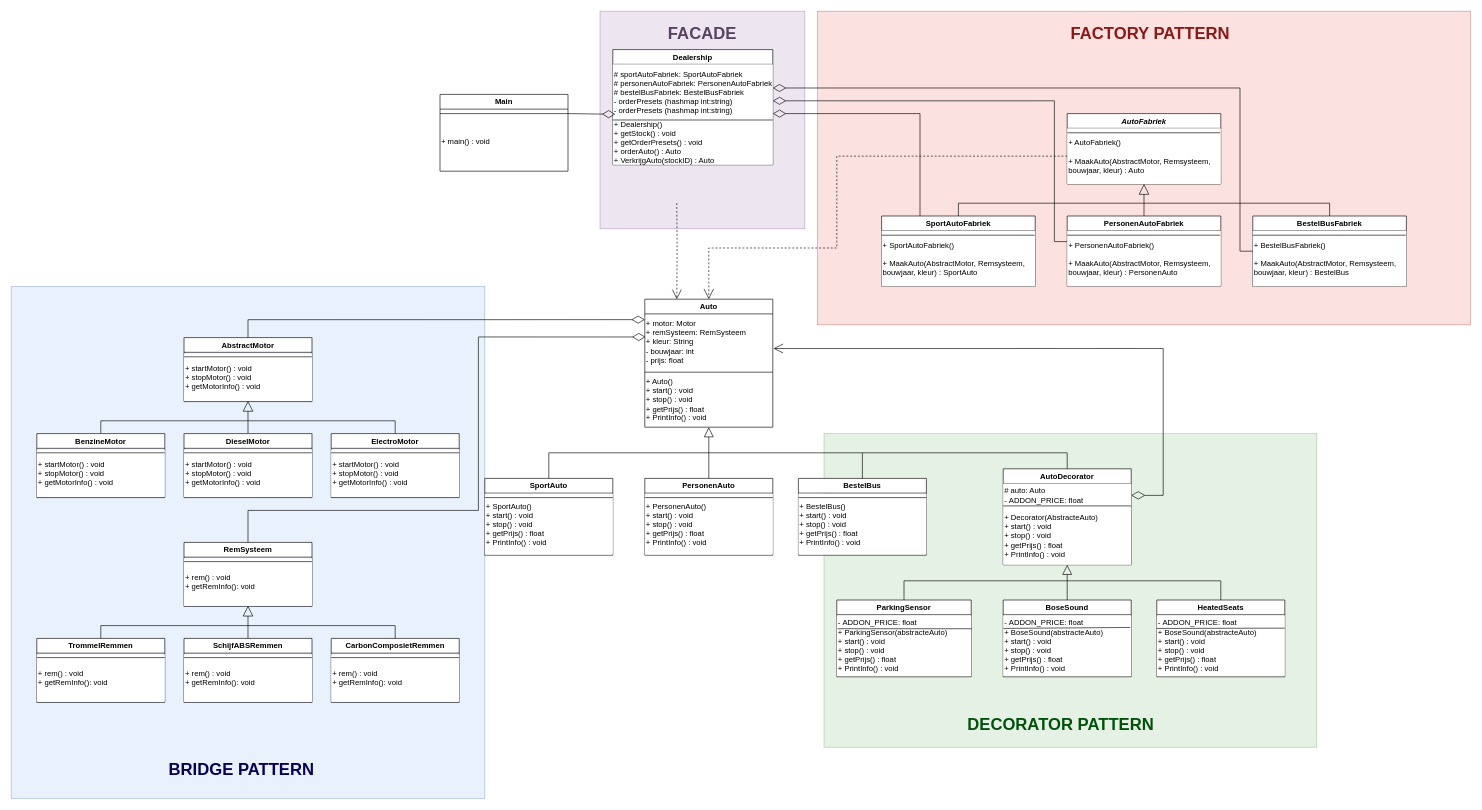
Elipam/Design-patterns keeps this draw.io diagram as final_uml.drawio. Above is the earlier version. Source tidied: cells renumbered, new cells numbered last; positions are measured from the earlier drawing's top-left corner, leaving out a move shared by most shapes. Both pictures are drawn from the tidied source at 64%, with x=0, y=0 at pixel (11, 11).
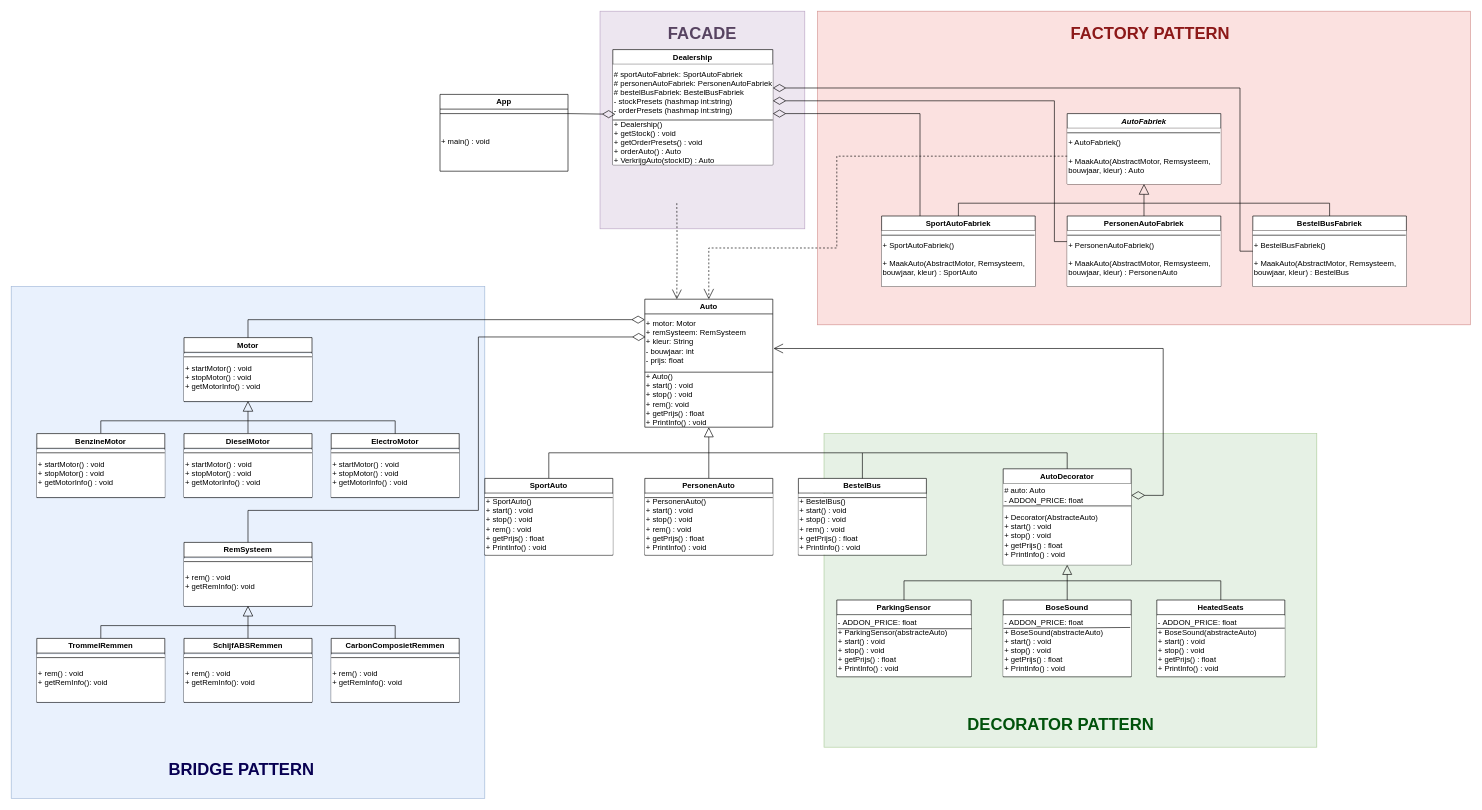
After the change.

The change refers to these unchanged cells:
```xml
<mxCell id="6" value="Auto" style="swimlane;whiteSpace=wrap;html=1;" parent="1" vertex="1">
  <mxGeometry x="990" y="450" width="200" height="200" as="geometry" />
</mxCell>
<mxCell id="10" value="BestelBus" style="swimlane;whiteSpace=wrap;html=1;fillColor=default;" parent="1" vertex="1">
  <mxGeometry x="1230" y="730" width="200" height="120" as="geometry" />
</mxCell>
<mxCell id="14" value="SportAuto" style="swimlane;whiteSpace=wrap;html=1;" parent="1" vertex="1">
  <mxGeometry x="740" y="730" width="200" height="120" as="geometry" />
</mxCell>
<mxCell id="18" value="PersonenAuto" style="swimlane;whiteSpace=wrap;html=1;" parent="1" vertex="1">
  <mxGeometry x="990" y="730" width="200" height="120" as="geometry" />
</mxCell>
<mxCell id="83" value="Dealership" style="swimlane;whiteSpace=wrap;html=1;fillColor=default;" parent="1" vertex="1">
  <mxGeometry x="940" y="60" width="250" height="180" as="geometry" />
</mxCell>
```

Change to the diagram source:
```diff
@@
-    <mxCell id="8" value="&lt;div&gt;+ Auto()&amp;nbsp;&lt;/div&gt;+ start() : void&lt;div&gt;+ stop() : void&lt;/div&gt;&lt;div&gt;+ getPrijs() : float&lt;/div&gt;&lt;div&gt;+ PrintInfo() : void&lt;/div&gt;" style="text;html=1;align=left;verticalAlign=middle;whiteSpace=wrap;rounded=0;" parent="6" vertex="1">
+    <mxCell id="8" value="&lt;div&gt;+ Auto()&amp;nbsp;&lt;/div&gt;+ start() : void&lt;div&gt;+ stop() : void&lt;/div&gt;&lt;div&gt;+ rem(): void&lt;/div&gt;&lt;div&gt;+ getPrijs() : float&lt;/div&gt;&lt;div&gt;+ PrintInfo() : void&lt;/div&gt;" style="text;html=1;align=left;verticalAlign=middle;whiteSpace=wrap;rounded=0;" parent="6" vertex="1">
       <mxGeometry y="113" width="200" height="87" as="geometry" />
     </mxCell>
@@
-    <mxCell id="11" value="&lt;div&gt;+ BestelBus()&amp;nbsp;&lt;/div&gt;+ start() : void&lt;div&gt;+ stop() : void&lt;/div&gt;&lt;div&gt;+ getPrijs() :&amp;nbsp;&lt;span style=&quot;background-color: initial;&quot;&gt;float&lt;/span&gt;&lt;/div&gt;&lt;div&gt;+ PrintInfo() : void&lt;br&gt;&lt;/div&gt;" style="text;html=1;align=left;verticalAlign=middle;whiteSpace=wrap;rounded=0;fillColor=default;" parent="10" vertex="1">
+    <mxCell id="11" value="&lt;div&gt;+ BestelBus()&amp;nbsp;&lt;/div&gt;+ start() : void&lt;div&gt;+ stop() : void&lt;/div&gt;&lt;div&gt;+ rem() : void&lt;br&gt;&lt;/div&gt;&lt;div&gt;+ getPrijs() :&amp;nbsp;&lt;span style=&quot;background-color: initial;&quot;&gt;float&lt;/span&gt;&lt;/div&gt;&lt;div&gt;+ PrintInfo() : void&lt;br&gt;&lt;/div&gt;" style="text;html=1;align=left;verticalAlign=middle;whiteSpace=wrap;rounded=0;fillColor=default;" parent="10" vertex="1">
       <mxGeometry y="24" width="200" height="95" as="geometry" />
     </mxCell>
@@
-    <mxCell id="15" value="&lt;div&gt;+ SportAuto()&amp;nbsp;&lt;/div&gt;+ start() : void&lt;div&gt;+ stop() : void&lt;/div&gt;&lt;div&gt;+ getPrijs() :&amp;nbsp;&lt;span style=&quot;background-color: initial;&quot;&gt;float&lt;/span&gt;&lt;/div&gt;&lt;div&gt;+ PrintInfo() : void&lt;br&gt;&lt;/div&gt;" style="text;html=1;align=left;verticalAlign=middle;whiteSpace=wrap;rounded=0;fillColor=default;" parent="14" vertex="1">
+    <mxCell id="15" value="&lt;div&gt;+ SportAuto()&amp;nbsp;&lt;/div&gt;+ start() : void&lt;div&gt;+ stop() : void&lt;/div&gt;&lt;div&gt;+ rem() : void&lt;/div&gt;&lt;div&gt;+ getPrijs() :&amp;nbsp;&lt;span style=&quot;background-color: initial;&quot;&gt;float&lt;/span&gt;&lt;/div&gt;&lt;div&gt;+ PrintInfo() : void&lt;br&gt;&lt;/div&gt;" style="text;html=1;align=left;verticalAlign=middle;whiteSpace=wrap;rounded=0;fillColor=default;" parent="14" vertex="1">
       <mxGeometry y="24" width="200" height="95" as="geometry" />
     </mxCell>
@@
-    <mxCell id="19" value="&lt;div&gt;+ PersonenAuto()&amp;nbsp;&lt;/div&gt;+ start() : void&lt;div&gt;+ stop() : void&lt;/div&gt;&lt;div&gt;+ getPrijs() : float&lt;/div&gt;&lt;div&gt;+ PrintInfo() : void&lt;br&gt;&lt;/div&gt;" style="text;html=1;align=left;verticalAlign=middle;whiteSpace=wrap;rounded=0;fillColor=default;" parent="18" vertex="1">
+    <mxCell id="19" value="&lt;div&gt;+ PersonenAuto()&amp;nbsp;&lt;/div&gt;+ start() : void&lt;div&gt;+ stop() : void&lt;/div&gt;&lt;div&gt;+ rem() : void&lt;br&gt;&lt;/div&gt;&lt;div&gt;+ getPrijs() : float&lt;/div&gt;&lt;div&gt;+ PrintInfo() : void&lt;br&gt;&lt;/div&gt;" style="text;html=1;align=left;verticalAlign=middle;whiteSpace=wrap;rounded=0;fillColor=default;" parent="18" vertex="1">
       <mxGeometry y="24" width="200" height="95" as="geometry" />
     </mxCell>
@@
-    <mxCell id="38" value="AbstractMotor" style="swimlane;whiteSpace=wrap;html=1;" parent="1" vertex="1">
+    <mxCell id="38" value="Motor" style="swimlane;whiteSpace=wrap;html=1;" parent="1" vertex="1">
       <mxGeometry x="270" y="510" width="200" height="100" as="geometry" />
     </mxCell>
@@
-    <mxCell id="84" value="&lt;div&gt;&lt;br&gt;&lt;/div&gt;# sportAutoFabriek: SportAutoFabriek&lt;div&gt;# personenAutoFabriek: PersonenAutoFabriek&lt;/div&gt;&lt;div&gt;# bestelBusFabriek: BestelBusFabriek&lt;/div&gt;&lt;div&gt;- orderPresets (hashmap int:string)&lt;/div&gt;&lt;div&gt;- orderPresets (hashmap int:string)&lt;br&gt;&lt;/div&gt;&lt;div&gt;&lt;br&gt;&lt;/div&gt;" style="text;html=1;align=left;verticalAlign=middle;whiteSpace=wrap;rounded=0;fillColor=default;" parent="83" vertex="1">
+    <mxCell id="84" value="&lt;div&gt;&lt;br&gt;&lt;/div&gt;# sportAutoFabriek: SportAutoFabriek&lt;div&gt;# personenAutoFabriek: PersonenAutoFabriek&lt;/div&gt;&lt;div&gt;# bestelBusFabriek: BestelBusFabriek&lt;/div&gt;&lt;div&gt;- stockPresets (hashmap int:string)&lt;/div&gt;&lt;div&gt;- orderPresets (hashmap int:string)&lt;br&gt;&lt;/div&gt;&lt;div&gt;&lt;br&gt;&lt;/div&gt;" style="text;html=1;align=left;verticalAlign=middle;whiteSpace=wrap;rounded=0;fillColor=default;" parent="83" vertex="1">
       <mxGeometry y="23" width="250" height="87" as="geometry" />
     </mxCell>
@@
-    <mxCell id="88" value="Main" style="swimlane;whiteSpace=wrap;html=1;" parent="1" vertex="1">
+    <mxCell id="88" value="App" style="swimlane;whiteSpace=wrap;html=1;" parent="1" vertex="1">
       <mxGeometry x="670" y="130" width="200" height="120" as="geometry" />
     </mxCell>
```
